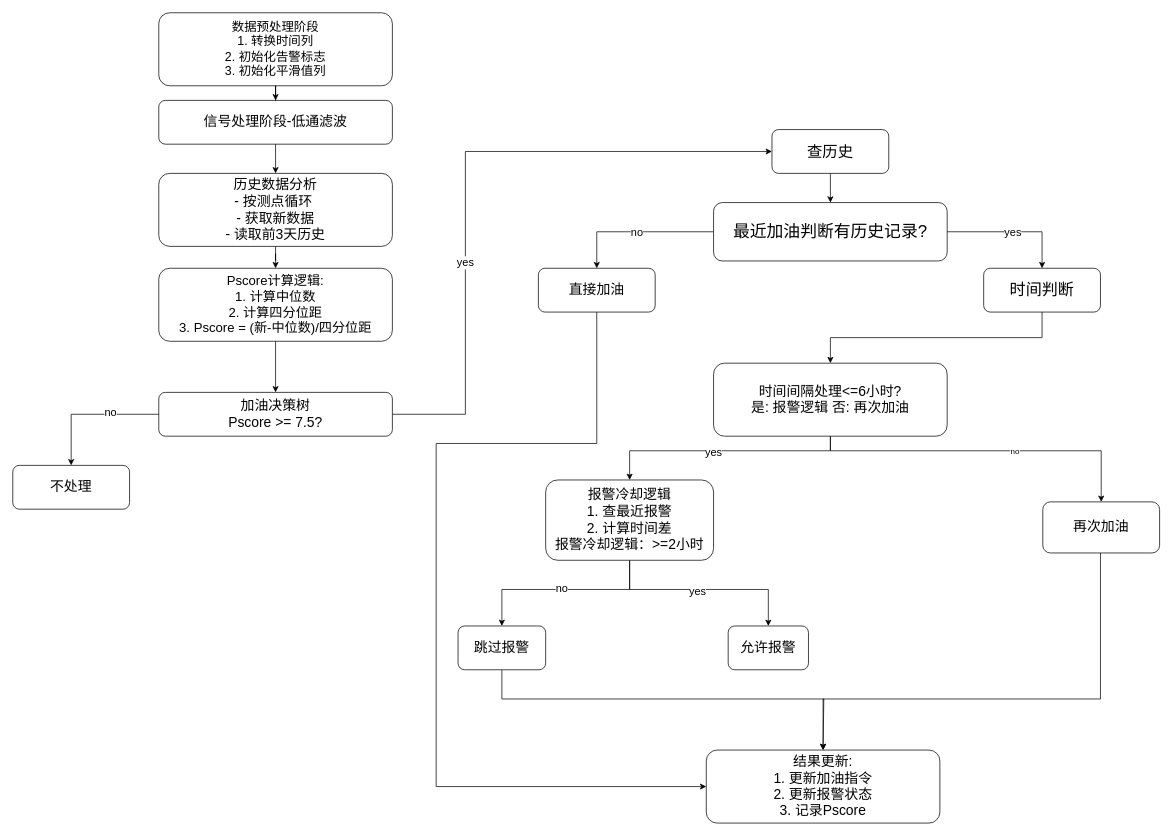
Before: pscore_fuel_decision.drawio in 729973389/picture, a draw.io diagram. Source tidied: cells renumbered, new cells numbered last; positions are measured from the earlier drawing's top-left corner, leaving out a move shared by most shapes. Both pictures are drawn from the tidied source at 73%, with x=0, y=0 at pixel (12, 12).
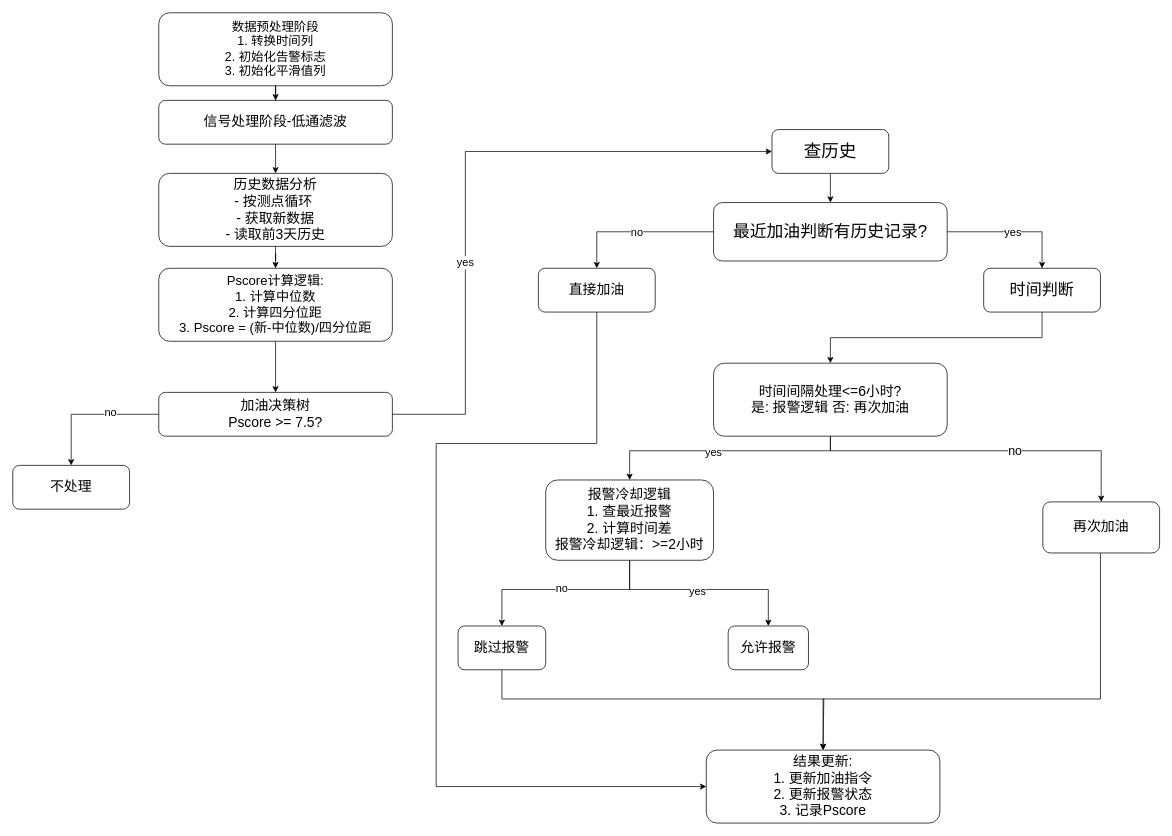
After the change.

Unchanged cells that the change refers to:
```xml
<mxCell id="13" style="edgeStyle=orthogonalEdgeStyle;rounded=0;jettySize=auto;html=1;entryX=0.5;entryY=0;entryDx=0;entryDy=0;" parent="1" edge="1" source="15" target="36">
  <mxGeometry relative="1" as="geometry">
    <Array as="points">
      <mxPoint x="1120" y="600" />
      <mxPoint x="1491" y="600" />
    </Array>
  </mxGeometry>
</mxCell>
```

Diff of the diagram source:
```diff
@@
-    <mxCell id="8" value="查历史" style="rounded=1;whiteSpace=wrap;html=1;strokeColor=#000000;fillColor=#FFFFFF;fontSize=21;arcSize=15;" parent="1" vertex="1">
+    <mxCell id="8" value="查历史" style="rounded=1;whiteSpace=wrap;html=1;strokeColor=#000000;fillColor=#FFFFFF;fontSize=24;arcSize=15;" parent="1" vertex="1">
       <mxGeometry x="1040" y="160" width="160" height="60" as="geometry" />
     </mxCell>
@@
-    <mxCell id="14" value="no" style="edgeLabel;html=1;align=center;verticalAlign=middle;" parent="13" vertex="1">
+    <mxCell id="14" value="no" style="edgeLabel;html=1;align=center;verticalAlign=middle;fontSize=17;" parent="13" vertex="1">
       <mxGeometry x="0.18" relative="1" as="geometry" />
     </mxCell>
```
